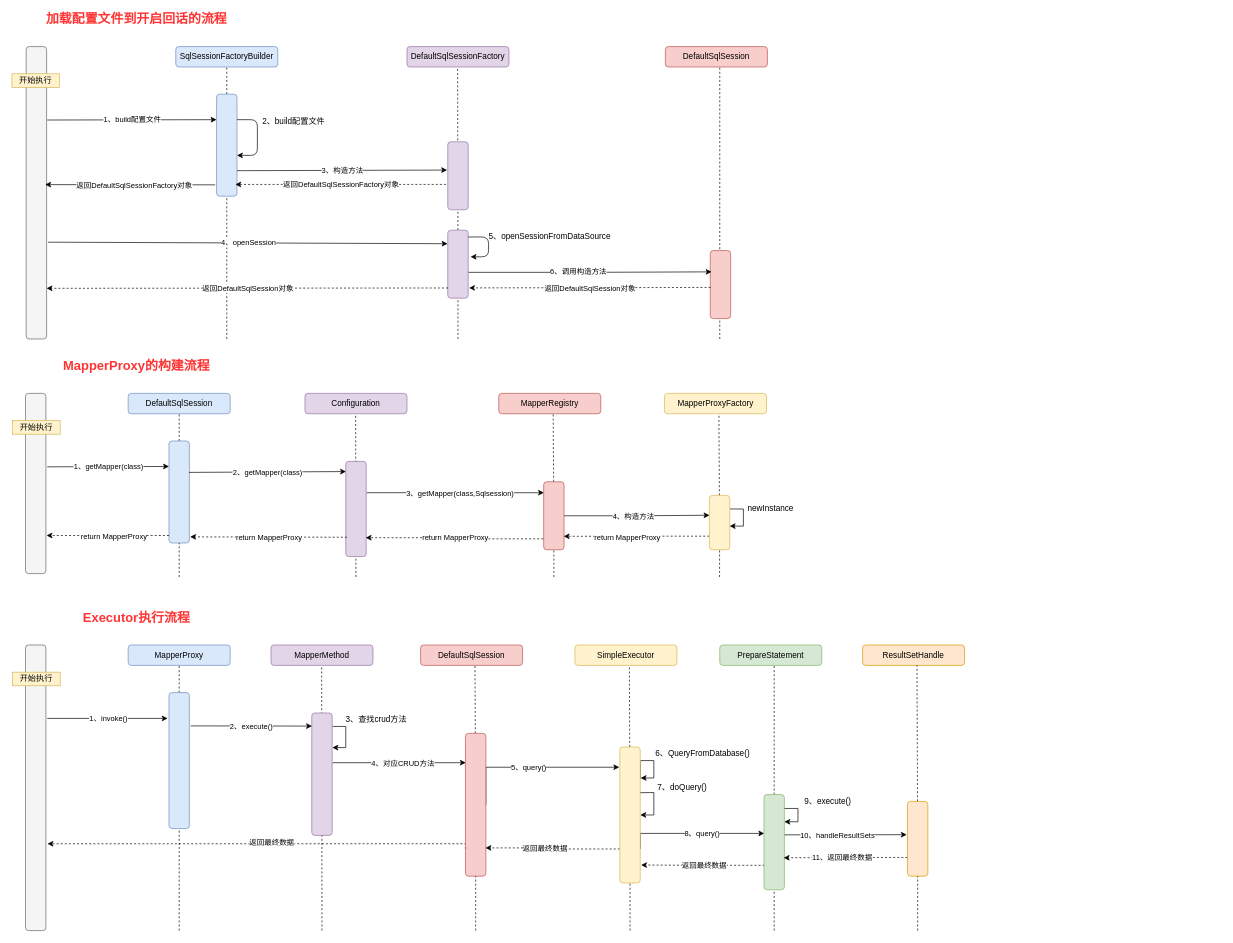
Above: 未命名绘图.drawio in zhangxrxyy/draw (draw.io), before the change. Source tidied: cells renumbered, new cells numbered last; positions are measured from the earlier drawing's top-left corner, leaving out a move shared by most shapes. Both pictures are drawn from the tidied source at 68%, with x=0, y=0 at pixel (12, 12).
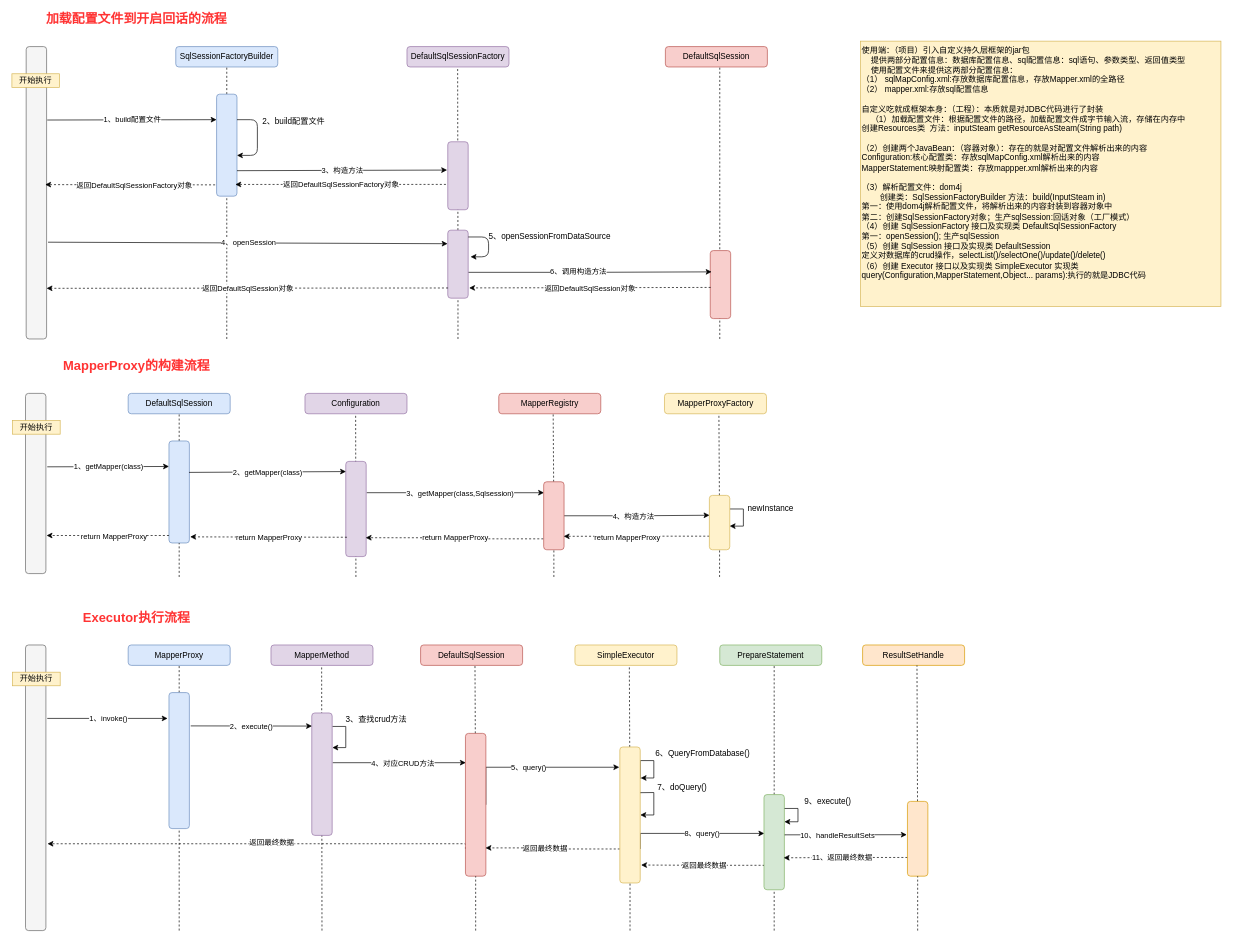
The same page after the edit.

Commit message:
更新未命名绘图.drawio

The change refers to these unchanged cells:
```xml
<mxCell id="11" style="rounded=1;whiteSpace=wrap;html=1;fillColor=#dae8fc;strokeColor=#6c8ebf;" parent="1" vertex="1">
  <mxGeometry x="301" y="120" width="30" height="150" as="geometry" />
</mxCell>
```

What changed in the source:
```diff
@@
-    <mxCell id="23" style="endArrow=classic;html=1;exitX=-0.071;exitY=0.889;exitDx=0;exitDy=0;exitPerimeter=0;" parent="1" edge="1" source="11">
+    <mxCell id="23" style="endArrow=classic;html=1;exitX=-0.071;exitY=0.889;exitDx=0;exitDy=0;exitPerimeter=0;dashed=1;" parent="1" edge="1" source="11">
       <mxGeometry relative="1" as="geometry">
         <mxPoint x="49" y="253" as="targetPoint" />
       </mxGeometry>
     </mxCell>
@@
+    <mxCell id="127" value="&lt;div&gt;使用端：（项目）引入自定义持久层框架的jar包&lt;/div&gt;&lt;div&gt;&amp;nbsp; &amp;nbsp; 提供两部分配置信息：数据库配置信息、sql配置信息：sql语句、参数类型、返回值类型&lt;/div&gt;&lt;div&gt;&amp;nbsp; &amp;nbsp; 使用配置文件来提供这两部分配置信息：&lt;/div&gt;&lt;div&gt;&lt;span&gt; &lt;/span&gt;（1） sqlMapConfig.xml:存放数据库配置信息，存放Mapper.xml的全路径&lt;/div&gt;&lt;div&gt;&lt;span&gt; &lt;/span&gt;（2） mapper.xml:存放sql配置信息&lt;/div&gt;&lt;div&gt;&lt;br&gt;&lt;/div&gt;&lt;div&gt;自定义吃就成框架本身：（工程）：本质就是对JDBC代码进行了封装&lt;/div&gt;&lt;div&gt;&amp;nbsp; &amp;nbsp; （1）加载配置文件：根据配置文件的路径，加载配置文件成字节输入流，存储在内存中&lt;/div&gt;&lt;div&gt;&lt;span&gt;  &lt;/span&gt;创建Resources类&amp;nbsp; 方法：inputSteam getResourceAsSteam(String path)&lt;/div&gt;&lt;div&gt;&lt;br&gt;&lt;/div&gt;&lt;div&gt;&lt;span&gt; &lt;/span&gt;（2）创建两个JavaBean：（容器对象）：存在的就是对配置文件解析出来的内容&lt;/div&gt;&lt;div&gt;&lt;span&gt;  &lt;/span&gt;Configuration:核心配置类：存放sqlMapConfig.xml解析出来的内容&lt;/div&gt;&lt;div&gt;&lt;span&gt;  &lt;/span&gt;MapperStatement:映射配置类：存放mappper.xml解析出来的内容&lt;/div&gt;&lt;div&gt;&lt;br&gt;&lt;/div&gt;&lt;div&gt;&lt;span&gt; &lt;/span&gt;（3）解析配置文件：dom4j&lt;/div&gt;&lt;div&gt;&amp;nbsp; &amp;nbsp; &amp;nbsp; &amp;nbsp; 创建类：SqlSessionFactoryBuilder 方法：build(InputSteam in)&lt;/div&gt;&lt;div&gt;&lt;span&gt;  &lt;/span&gt;第一：使用dom4j解析配置文件，将解析出来的内容封装到容器对象中&lt;/div&gt;&lt;div&gt;&lt;span&gt;  &lt;/span&gt;第二：创建SqlSessionFactory对象；生产sqlSession:回话对象（工厂模式）&lt;/div&gt;&lt;div&gt;&lt;span&gt;  &lt;/span&gt;&lt;/div&gt;&lt;div&gt;&lt;span&gt; &lt;/span&gt;（4）创建 SqlSessionFactory 接口及实现类 DefaultSqlSessionFactory&lt;/div&gt;&lt;div&gt;&lt;span&gt;  &lt;/span&gt;第一：openSession(); 生产sqlSession&lt;/div&gt;&lt;div&gt;&lt;span&gt;  &lt;/span&gt;&lt;/div&gt;&lt;div&gt;&lt;span&gt; &lt;/span&gt;（5）创建 SqlSession 接口及实现类 DefaultSession&lt;/div&gt;&lt;div&gt;&lt;span&gt;  &lt;/span&gt;定义对数据库的crud操作，selectList()/selectOne()/update()/delete()&lt;/div&gt;&lt;div&gt;&lt;span&gt;  &lt;/span&gt;&lt;/div&gt;&lt;div&gt;&lt;span&gt; &lt;/span&gt;（6）创建 Executor 接口以及实现类 SimpleExecutor 实现类&lt;/div&gt;&lt;div&gt;&lt;span&gt;  &lt;/span&gt;query(Configuration,MapperStatement,Object... params):执行的就是JDBC代码&lt;/div&gt;" style="text;html=1;strokeColor=#d6b656;fillColor=#fff2cc;align=left;verticalAlign=top;whiteSpace=wrap;rounded=0;" parent="1" vertex="1">
+      <mxGeometry x="1248" y="42" width="530" height="390" as="geometry" />
+    </mxCell>
```
